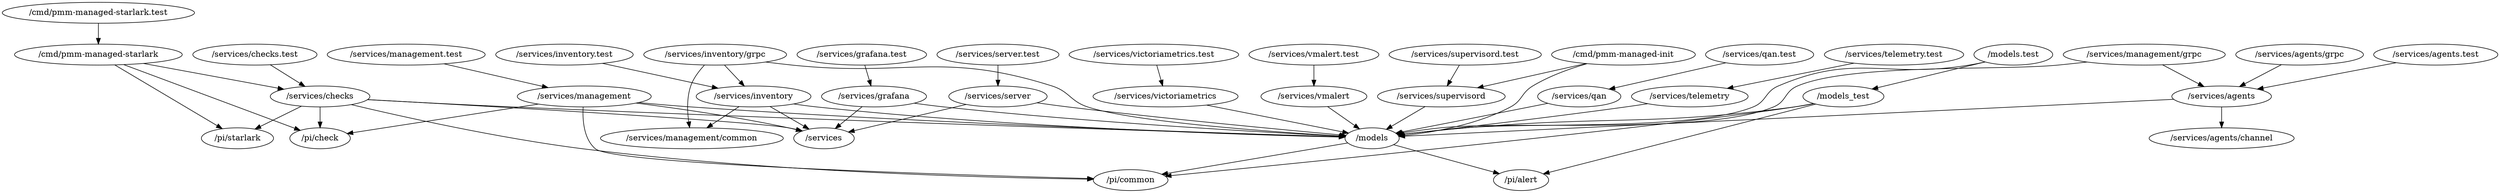
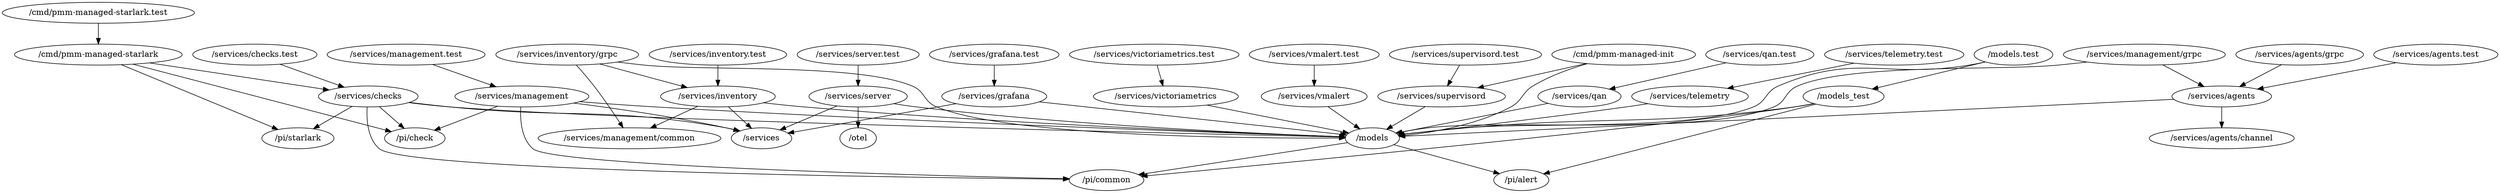
digraph packages {
	"/cmd/pmm-managed-init" -> "/models";
	"/cmd/pmm-managed-init" -> "/services/supervisord";
	"/cmd/pmm-managed-starlark" -> "/pi/check";
	"/cmd/pmm-managed-starlark" -> "/pi/starlark";
	"/cmd/pmm-managed-starlark" -> "/services/checks";
	"/cmd/pmm-managed-starlark.test" -> "/cmd/pmm-managed-starlark";
	"/models" -> "/pi/alert";
	"/models" -> "/pi/common";
	"/models.test" -> "/models";
	"/models.test" -> "/models_test";
	"/models_test" -> "/models";
	"/models_test" -> "/pi/alert";
	"/models_test" -> "/pi/common";
	"/services/agents" -> "/models";
	"/services/agents" -> "/services/agents/channel";
	"/services/agents.test" -> "/services/agents";
	"/services/agents/grpc" -> "/services/agents";
	"/services/checks" -> "/models";
	"/services/checks" -> "/pi/check";
	"/services/checks" -> "/pi/common";
	"/services/checks" -> "/pi/starlark";
	"/services/checks" -> "/services";
	"/services/checks.test" -> "/services/checks";
	"/services/grafana" -> "/models";
	"/services/grafana" -> "/services";
	"/services/grafana.test" -> "/services/grafana";
	"/services/inventory" -> "/models";
	"/services/inventory" -> "/services";
	"/services/inventory" -> "/services/management/common";
	"/services/inventory.test" -> "/services/inventory";
	"/services/inventory/grpc" -> "/models";
	"/services/inventory/grpc" -> "/services/inventory";
	"/services/inventory/grpc" -> "/services/management/common";
	"/services/management" -> "/models";
	"/services/management" -> "/pi/check";
	"/services/management" -> "/pi/common";
	"/services/management" -> "/services";
	"/services/management.test" -> "/services/management";
	"/services/management/grpc" -> "/models";
	"/services/management/grpc" -> "/services/agents";
	"/services/qan" -> "/models";
	"/services/qan.test" -> "/services/qan";
	"/services/server" -> "/models";
+ 	"/services/server" -> "/otel";
	"/services/server" -> "/services";
	"/services/server.test" -> "/services/server";
	"/services/supervisord" -> "/models";
	"/services/supervisord.test" -> "/services/supervisord";
	"/services/telemetry" -> "/models";
	"/services/telemetry.test" -> "/services/telemetry";
	"/services/victoriametrics" -> "/models";
	"/services/victoriametrics.test" -> "/services/victoriametrics";
	"/services/vmalert" -> "/models";
	"/services/vmalert.test" -> "/services/vmalert";
}
